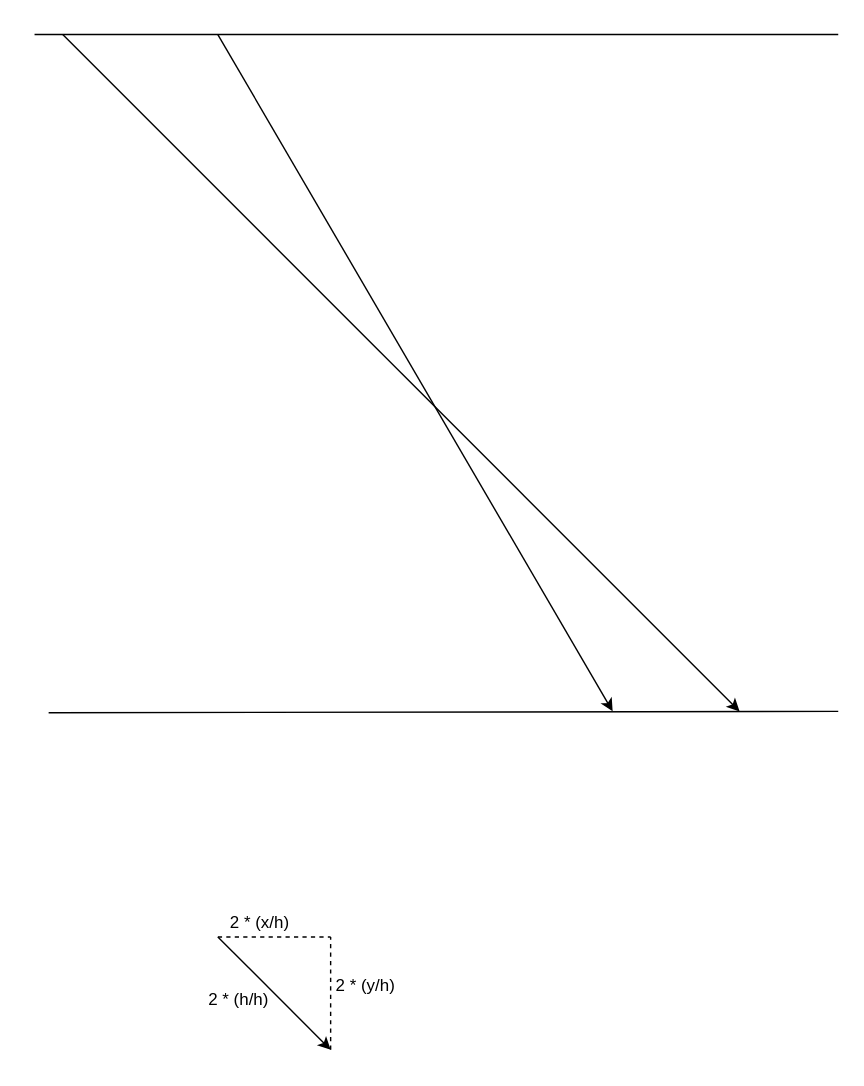
The draw.io diagram page "Page-7" (6 of 7) of assets/whiteboard-PG.drawio in isel-leic-pg/2021i-li12d, before the edit. Source tidied: cells renumbered, new cells numbered last; positions are measured from the earlier drawing's top-left corner, leaving out a move shared by most shapes. Both pictures are drawn from the tidied source at 141%, with x=0, y=0 at pixel (34, 34).
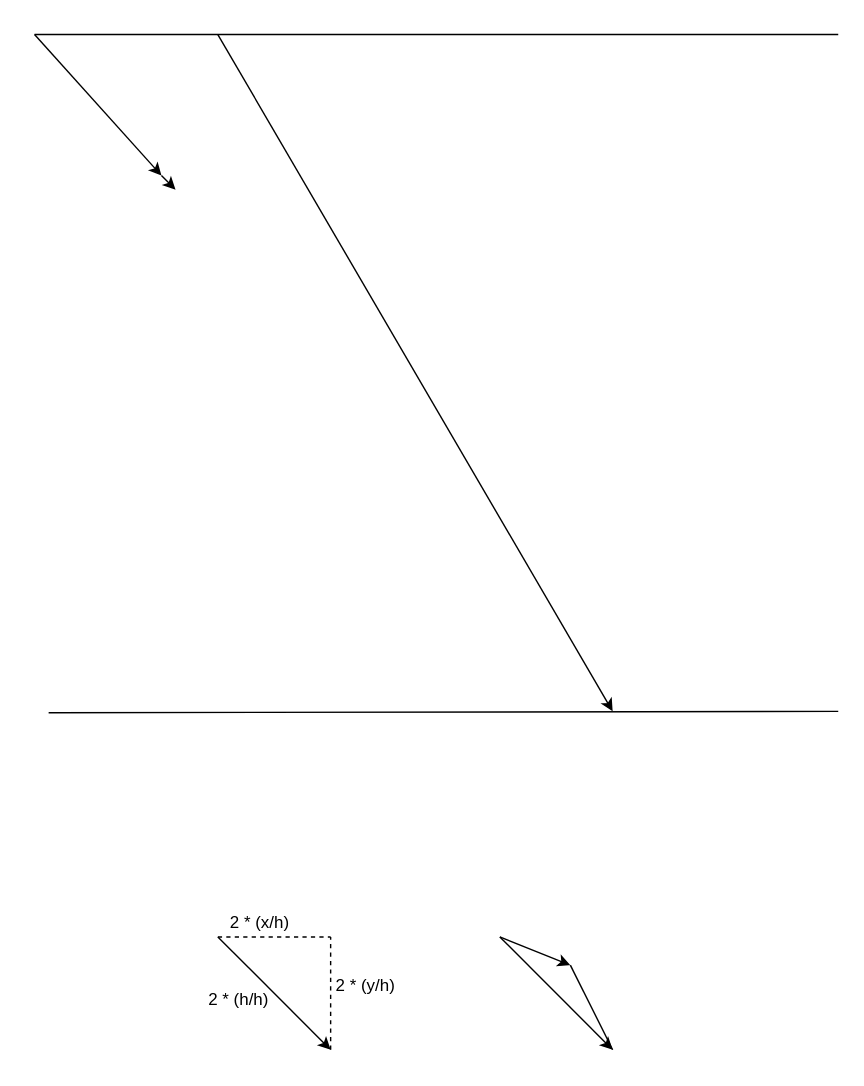
The same diagram, later.

What changed in the source:
```diff
@@
     <mxCell id="5" style="endArrow=classic;html=1;" parent="1" edge="1">
       <mxGeometry relative="1" as="geometry">
-        <mxPoint x="20" as="sourcePoint" />
-        <mxPoint x="500" y="480" as="targetPoint" />
+        <mxPoint as="sourcePoint" />
+        <mxPoint x="90" y="100" as="targetPoint" />
       </mxGeometry>
     </mxCell>
@@
+    <mxCell id="12" style="endArrow=classic;html=1;" parent="1" edge="1">
+      <mxGeometry relative="1" as="geometry">
+        <mxPoint x="90" y="100" as="sourcePoint" />
+        <mxPoint x="100" y="110" as="targetPoint" />
+      </mxGeometry>
+    </mxCell>
+    <mxCell id="13" style="endArrow=classic;html=1;" parent="1" edge="1">
+      <mxGeometry relative="1" as="geometry">
+        <mxPoint x="330" y="640" as="sourcePoint" />
+        <mxPoint x="410" y="720" as="targetPoint" />
+      </mxGeometry>
+    </mxCell>
+    <mxCell id="14" style="endArrow=classic;html=1;" parent="1" edge="1">
+      <mxGeometry relative="1" as="geometry">
+        <mxPoint x="330" y="640" as="sourcePoint" />
+        <mxPoint x="380" y="660" as="targetPoint" />
+      </mxGeometry>
+    </mxCell>
+    <mxCell id="15" style="endArrow=none;html=1;" parent="1" edge="1">
+      <mxGeometry relative="1" as="geometry">
+        <mxPoint x="380" y="660" as="sourcePoint" />
+        <mxPoint x="410" y="720" as="targetPoint" />
+      </mxGeometry>
+    </mxCell>
```
